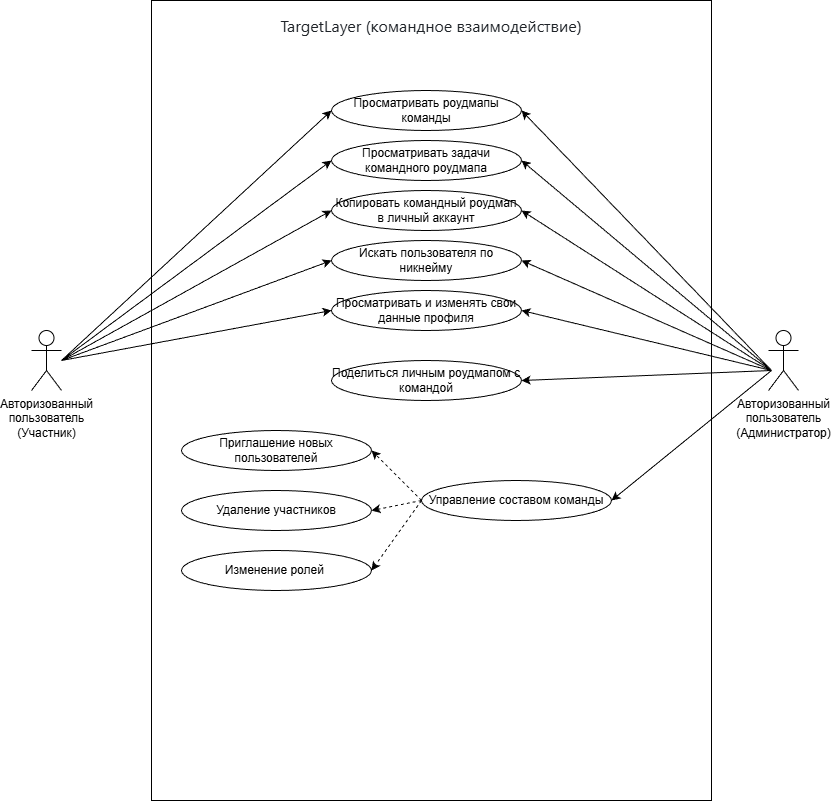
AleksandrMeshkov/Diplom keeps this draw.io diagram as TargetLayer (командное взаимодействие).png. Above is the earlier version. Source tidied: cells renumbered, new cells last; positions are measured from the earlier drawing's top-left corner, leaving out a move shared by most shapes.
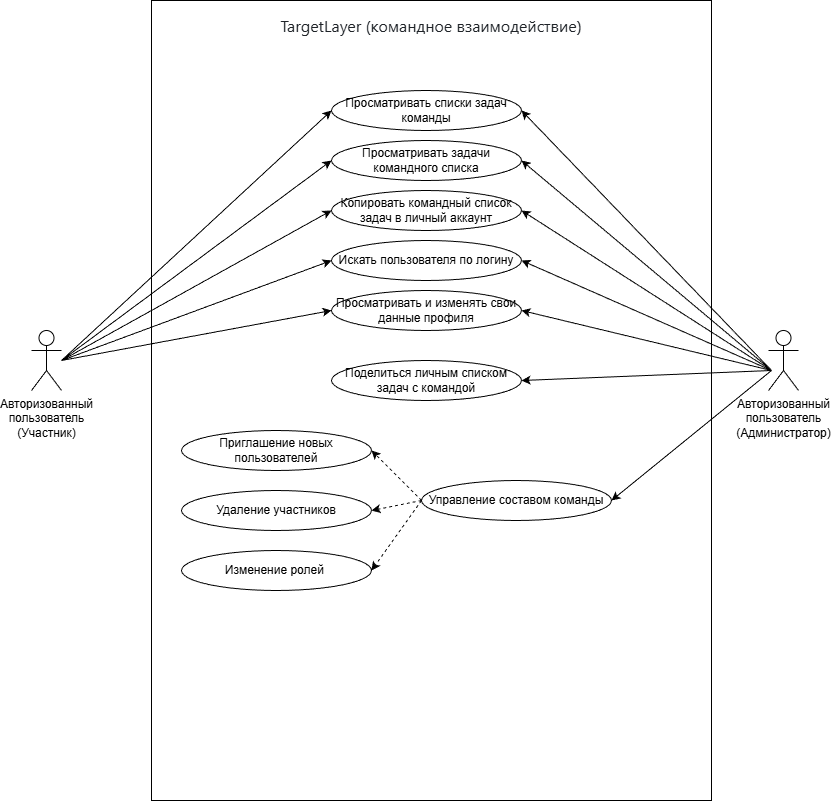
Later version of the same file.

Change to the diagram source:
```diff
@@ -14,21 +14,21 @@
     <mxCell id="5" value="Авторизованный&lt;div&gt;пользователь&lt;/div&gt;&lt;div&gt;(Администратор)&lt;/div&gt;" style="shape=umlActor;verticalLabelPosition=bottom;verticalAlign=top;html=1;" parent="1" vertex="1">
       <mxGeometry x="737" y="330" width="30" height="60" as="geometry" />
     </mxCell>
-    <mxCell id="6" value="Просматривать роудмапы команды" style="ellipse;whiteSpace=wrap;html=1;" parent="1" vertex="1">
-      <mxGeometry x="300" y="90" width="190" height="40" as="geometry" />
-    </mxCell>
-    <mxCell id="7" value="Просматривать задачи командного роудмапа" style="ellipse;whiteSpace=wrap;html=1;" parent="1" vertex="1">
-      <mxGeometry x="300" y="140" width="190" height="40" as="geometry" />
-    </mxCell>
-    <mxCell id="8" value="Поделиться личным роудмапом с командой" style="ellipse;whiteSpace=wrap;html=1;" parent="1" vertex="1">
-      <mxGeometry x="300" y="360" width="190" height="40" as="geometry" />
-    </mxCell>
-    <mxCell id="9" value="Копировать командный роудмап в личный аккаунт" style="ellipse;whiteSpace=wrap;html=1;" parent="1" vertex="1">
-      <mxGeometry x="300" y="190" width="190" height="40" as="geometry" />
-    </mxCell>
-    <mxCell id="10" value="Искать пользователя по никнейму" style="ellipse;whiteSpace=wrap;html=1;" parent="1" vertex="1">
-      <mxGeometry x="300" y="240" width="190" height="40" as="geometry" />
-    </mxCell>
+    <mxCell id="31" value="Просматривать списки задач команды" style="ellipse;whiteSpace=wrap;html=1;" parent="1" vertex="1">
+      <mxGeometry x="300" y="90" width="190" height="40" as="geometry" />
+    </mxCell>
+    <mxCell id="32" value="Просматривать задачи командного списка" style="ellipse;whiteSpace=wrap;html=1;" parent="1" vertex="1">
+      <mxGeometry x="300" y="140" width="190" height="40" as="geometry" />
+    </mxCell>
+    <mxCell id="33" value="Поделиться личным списком задач с командой" style="ellipse;whiteSpace=wrap;html=1;" parent="1" vertex="1">
+      <mxGeometry x="300" y="360" width="190" height="40" as="geometry" />
+    </mxCell>
+    <mxCell id="34" value="Копировать командный список задач в личный аккаунт" style="ellipse;whiteSpace=wrap;html=1;" parent="1" vertex="1">
+      <mxGeometry x="300" y="190" width="190" height="40" as="geometry" />
+    </mxCell>
+    <mxCell id="35" value="Искать пользователя по логину" style="ellipse;whiteSpace=wrap;html=1;" parent="1" vertex="1">
+      <mxGeometry x="300" y="240" width="190" height="40" as="geometry" />
+    </mxCell>
     <mxCell id="11" value="Просматривать и изменять свои данные профиля" style="ellipse;whiteSpace=wrap;html=1;" parent="1" vertex="1">
       <mxGeometry x="300" y="290" width="190" height="40" as="geometry" />
     </mxCell>
@@ -44,80 +44,80 @@
     <mxCell id="15" value="Изменение ролей&amp;nbsp;" style="ellipse;whiteSpace=wrap;html=1;" parent="1" vertex="1">
       <mxGeometry x="150" y="550" width="190" height="40" as="geometry" />
     </mxCell>
-    <mxCell id="16" style="endArrow=classic;html=1;rounded=0;entryX=0;entryY=0.5;entryDx=0;entryDy=0;" parent="1" edge="1" target="6">
-      <mxGeometry relative="1" as="geometry">
-        <mxPoint x="30" y="360" as="sourcePoint" />
-      </mxGeometry>
-    </mxCell>
-    <mxCell id="17" style="endArrow=classic;html=1;rounded=0;entryX=0;entryY=0.5;entryDx=0;entryDy=0;" parent="1" edge="1" target="7">
-      <mxGeometry relative="1" as="geometry">
-        <mxPoint x="30" y="360" as="sourcePoint" />
-      </mxGeometry>
-    </mxCell>
-    <mxCell id="18" style="endArrow=classic;html=1;rounded=0;entryX=0;entryY=0.5;entryDx=0;entryDy=0;" parent="1" edge="1" target="9">
-      <mxGeometry relative="1" as="geometry">
-        <mxPoint x="30" y="360" as="sourcePoint" />
-      </mxGeometry>
-    </mxCell>
-    <mxCell id="19" style="endArrow=classic;html=1;rounded=0;entryX=0;entryY=0.5;entryDx=0;entryDy=0;" parent="1" edge="1" target="10">
-      <mxGeometry relative="1" as="geometry">
-        <mxPoint x="30" y="360" as="sourcePoint" />
-      </mxGeometry>
-    </mxCell>
-    <mxCell id="20" style="endArrow=classic;html=1;rounded=0;entryX=0;entryY=0.5;entryDx=0;entryDy=0;" parent="1" edge="1" target="11">
-      <mxGeometry relative="1" as="geometry">
-        <mxPoint x="30" y="360" as="sourcePoint" />
-      </mxGeometry>
-    </mxCell>
-    <mxCell id="21" style="endArrow=classic;html=1;rounded=0;entryX=1;entryY=0.5;entryDx=0;entryDy=0;" parent="1" edge="1" target="6">
-      <mxGeometry relative="1" as="geometry">
-        <mxPoint x="740" y="370" as="sourcePoint" />
-      </mxGeometry>
-    </mxCell>
-    <mxCell id="22" style="endArrow=classic;html=1;rounded=0;entryX=1;entryY=0.5;entryDx=0;entryDy=0;" parent="1" edge="1" target="7">
-      <mxGeometry relative="1" as="geometry">
-        <mxPoint x="740" y="370" as="sourcePoint" />
-      </mxGeometry>
-    </mxCell>
-    <mxCell id="23" style="endArrow=classic;html=1;rounded=0;entryX=1;entryY=0.5;entryDx=0;entryDy=0;" parent="1" edge="1" target="9">
-      <mxGeometry relative="1" as="geometry">
-        <mxPoint x="740" y="370" as="sourcePoint" />
-      </mxGeometry>
-    </mxCell>
-    <mxCell id="24" style="endArrow=classic;html=1;rounded=0;entryX=1;entryY=0.5;entryDx=0;entryDy=0;" parent="1" edge="1" target="10">
-      <mxGeometry relative="1" as="geometry">
-        <mxPoint x="740" y="370" as="sourcePoint" />
-      </mxGeometry>
-    </mxCell>
-    <mxCell id="25" style="endArrow=classic;html=1;rounded=0;entryX=1;entryY=0.5;entryDx=0;entryDy=0;" parent="1" edge="1" target="11">
-      <mxGeometry relative="1" as="geometry">
-        <mxPoint x="740" y="370" as="sourcePoint" />
-      </mxGeometry>
-    </mxCell>
-    <mxCell id="26" style="endArrow=classic;html=1;rounded=0;entryX=1;entryY=0.5;entryDx=0;entryDy=0;" parent="1" edge="1" target="8">
-      <mxGeometry relative="1" as="geometry">
-        <mxPoint x="740" y="370" as="sourcePoint" />
-      </mxGeometry>
-    </mxCell>
-    <mxCell id="27" style="endArrow=classic;html=1;rounded=0;entryX=1;entryY=0.5;entryDx=0;entryDy=0;" parent="1" edge="1" target="12">
-      <mxGeometry relative="1" as="geometry">
-        <mxPoint x="740" y="370" as="sourcePoint" />
-      </mxGeometry>
-    </mxCell>
-    <mxCell id="28" style="endArrow=classic;html=1;rounded=0;entryX=1;entryY=0.5;entryDx=0;entryDy=0;dashed=1;" parent="1" edge="1" target="13">
-      <mxGeometry relative="1" as="geometry">
-        <mxPoint x="390" y="500" as="sourcePoint" />
-      </mxGeometry>
-    </mxCell>
-    <mxCell id="29" style="endArrow=classic;html=1;rounded=0;entryX=1;entryY=0.5;entryDx=0;entryDy=0;dashed=1;" parent="1" edge="1" target="14">
-      <mxGeometry relative="1" as="geometry">
-        <mxPoint x="390" y="500" as="sourcePoint" />
-      </mxGeometry>
-    </mxCell>
-    <mxCell id="30" style="endArrow=classic;html=1;rounded=0;entryX=1;entryY=0.5;entryDx=0;entryDy=0;dashed=1;" parent="1" edge="1" target="15">
-      <mxGeometry relative="1" as="geometry">
-        <mxPoint x="390" y="500" as="sourcePoint" />
-      </mxGeometry>
-    </mxCell>
+    <mxCell id="36" style="endArrow=classic;html=1;rounded=0;entryX=0;entryY=0.5;entryDx=0;entryDy=0;" parent="1" edge="1" target="31">
+      <mxGeometry relative="1" as="geometry">
+        <mxPoint x="30" y="360" as="sourcePoint" />
+      </mxGeometry>
+    </mxCell>
+    <mxCell id="37" style="endArrow=classic;html=1;rounded=0;entryX=0;entryY=0.5;entryDx=0;entryDy=0;" parent="1" edge="1" target="32">
+      <mxGeometry relative="1" as="geometry">
+        <mxPoint x="30" y="360" as="sourcePoint" />
+      </mxGeometry>
+    </mxCell>
+    <mxCell id="38" style="endArrow=classic;html=1;rounded=0;entryX=0;entryY=0.5;entryDx=0;entryDy=0;" parent="1" edge="1" target="34">
+      <mxGeometry relative="1" as="geometry">
+        <mxPoint x="30" y="360" as="sourcePoint" />
+      </mxGeometry>
+    </mxCell>
+    <mxCell id="39" style="endArrow=classic;html=1;rounded=0;entryX=0;entryY=0.5;entryDx=0;entryDy=0;" parent="1" edge="1" target="35">
+      <mxGeometry relative="1" as="geometry">
+        <mxPoint x="30" y="360" as="sourcePoint" />
+      </mxGeometry>
+    </mxCell>
+    <mxCell id="40" style="endArrow=classic;html=1;rounded=0;entryX=0;entryY=0.5;entryDx=0;entryDy=0;" parent="1" edge="1" target="11">
+      <mxGeometry relative="1" as="geometry">
+        <mxPoint x="30" y="360" as="sourcePoint" />
+      </mxGeometry>
+    </mxCell>
+    <mxCell id="41" style="endArrow=classic;html=1;rounded=0;entryX=1;entryY=0.5;entryDx=0;entryDy=0;" parent="1" edge="1" target="31">
+      <mxGeometry relative="1" as="geometry">
+        <mxPoint x="740" y="370" as="sourcePoint" />
+      </mxGeometry>
+    </mxCell>
+    <mxCell id="42" style="endArrow=classic;html=1;rounded=0;entryX=1;entryY=0.5;entryDx=0;entryDy=0;" parent="1" edge="1" target="32">
+      <mxGeometry relative="1" as="geometry">
+        <mxPoint x="740" y="370" as="sourcePoint" />
+      </mxGeometry>
+    </mxCell>
+    <mxCell id="43" style="endArrow=classic;html=1;rounded=0;entryX=1;entryY=0.5;entryDx=0;entryDy=0;" parent="1" edge="1" target="34">
+      <mxGeometry relative="1" as="geometry">
+        <mxPoint x="740" y="370" as="sourcePoint" />
+      </mxGeometry>
+    </mxCell>
+    <mxCell id="44" style="endArrow=classic;html=1;rounded=0;entryX=1;entryY=0.5;entryDx=0;entryDy=0;" parent="1" edge="1" target="35">
+      <mxGeometry relative="1" as="geometry">
+        <mxPoint x="740" y="370" as="sourcePoint" />
+      </mxGeometry>
+    </mxCell>
+    <mxCell id="45" style="endArrow=classic;html=1;rounded=0;entryX=1;entryY=0.5;entryDx=0;entryDy=0;" parent="1" edge="1" target="11">
+      <mxGeometry relative="1" as="geometry">
+        <mxPoint x="740" y="370" as="sourcePoint" />
+      </mxGeometry>
+    </mxCell>
+    <mxCell id="46" style="endArrow=classic;html=1;rounded=0;entryX=1;entryY=0.5;entryDx=0;entryDy=0;" parent="1" edge="1" target="33">
+      <mxGeometry relative="1" as="geometry">
+        <mxPoint x="740" y="370" as="sourcePoint" />
+      </mxGeometry>
+    </mxCell>
+    <mxCell id="47" style="endArrow=classic;html=1;rounded=0;entryX=1;entryY=0.5;entryDx=0;entryDy=0;" parent="1" edge="1" target="12">
+      <mxGeometry relative="1" as="geometry">
+        <mxPoint x="740" y="370" as="sourcePoint" />
+      </mxGeometry>
+    </mxCell>
+    <mxCell id="48" style="endArrow=classic;html=1;rounded=0;entryX=1;entryY=0.5;entryDx=0;entryDy=0;dashed=1;" parent="1" edge="1" target="13">
+      <mxGeometry relative="1" as="geometry">
+        <mxPoint x="390" y="500" as="sourcePoint" />
+      </mxGeometry>
+    </mxCell>
+    <mxCell id="49" style="endArrow=classic;html=1;rounded=0;entryX=1;entryY=0.5;entryDx=0;entryDy=0;dashed=1;" parent="1" edge="1" target="14">
+      <mxGeometry relative="1" as="geometry">
+        <mxPoint x="390" y="500" as="sourcePoint" />
+      </mxGeometry>
+    </mxCell>
+    <mxCell id="50" style="endArrow=classic;html=1;rounded=0;entryX=1;entryY=0.5;entryDx=0;entryDy=0;dashed=1;" parent="1" edge="1" target="15">
+      <mxGeometry relative="1" as="geometry">
+        <mxPoint x="390" y="500" as="sourcePoint" />
+      </mxGeometry>
+    </mxCell>
   </root>
 </mxGraphModel>
```
